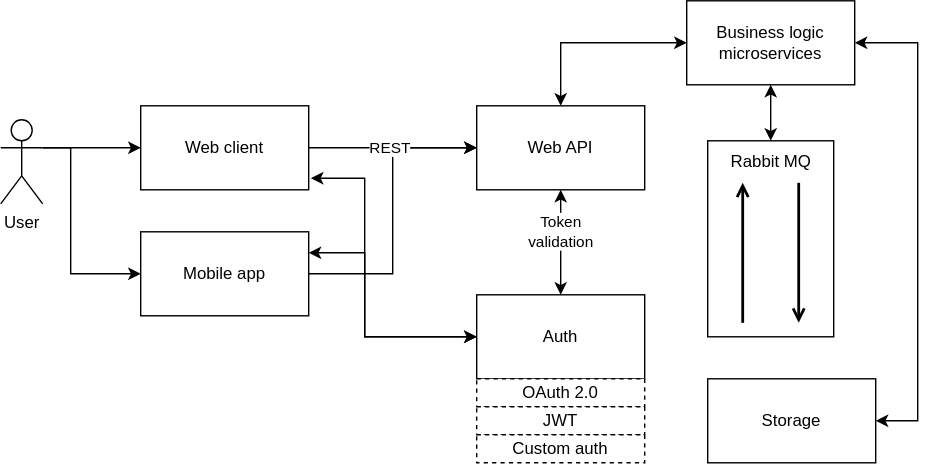
This is docs/design/diagrams/big-picture.svg from gurug-prog/survey-expert, a draw.io export, as it was before one commit. Source tidied: cells renumbered, new cells last; positions are measured from the earlier drawing's top-left corner, leaving out a move shared by most shapes.
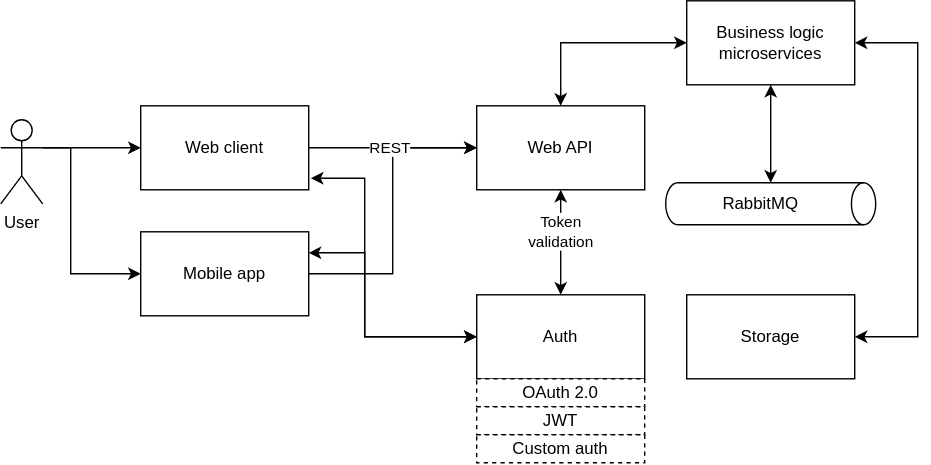
After the commit.

What changed in the source:
```diff
@@ -47,32 +47,11 @@
     <mxCell id="12" value="Web API" style="rounded=0;whiteSpace=wrap;html=1;" parent="1" vertex="1">
       <mxGeometry x="340" y="75" width="120" height="60" as="geometry" />
     </mxCell>
-    <mxCell id="13" style="group;" parent="1" vertex="1">
-      <mxGeometry x="505" y="100" width="90" height="140" as="geometry" />
-    </mxCell>
-    <mxCell id="14" style="rounded=0;whiteSpace=wrap;html=1;" parent="13" vertex="1">
-      <mxGeometry width="90" height="140" as="geometry" />
-    </mxCell>
-    <mxCell id="15" style="endArrow=open;html=1;rounded=0;endFill=0;strokeWidth=2;" parent="13" edge="1">
-      <mxGeometry relative="1" as="geometry">
-        <mxPoint x="25" y="130" as="sourcePoint" />
-        <mxPoint x="25" y="30" as="targetPoint" />
-      </mxGeometry>
-    </mxCell>
-    <mxCell id="16" style="endArrow=open;html=1;rounded=0;endFill=0;strokeWidth=2;" parent="13" edge="1">
-      <mxGeometry relative="1" as="geometry">
-        <mxPoint x="65" y="30" as="sourcePoint" />
-        <mxPoint x="65" y="130" as="targetPoint" />
-      </mxGeometry>
-    </mxCell>
-    <mxCell id="17" value="Rabbit MQ" style="text;html=1;align=center;verticalAlign=middle;points=[];strokeColor=none;fillColor=none;" parent="13" vertex="1">
-      <mxGeometry x="5" width="80" height="30" as="geometry" />
-    </mxCell>
     <mxCell id="18" style="edgeStyle=orthogonalEdgeStyle;rounded=0;jettySize=auto;html=1;exitX=1;exitY=0.5;exitDx=0;exitDy=0;entryX=1;entryY=0.5;entryDx=0;entryDy=0;startArrow=classic;startFill=1;" parent="1" edge="1" source="19" target="29">
       <mxGeometry relative="1" as="geometry">
         <Array as="points">
           <mxPoint x="655" y="30" />
-          <mxPoint x="655" y="300" />
+          <mxPoint x="655" y="240" />
         </Array>
       </mxGeometry>
     </mxCell>
@@ -112,10 +91,13 @@
       <mxGeometry x="0.22" relative="1" as="geometry" />
     </mxCell>
     <mxCell id="29" value="Storage" style="rounded=0;whiteSpace=wrap;html=1;" parent="1" vertex="1">
-      <mxGeometry x="505" y="270" width="120" height="60" as="geometry" />
+      <mxGeometry x="490" y="210" width="120" height="60" as="geometry" />
     </mxCell>
-    <mxCell id="30" style="edgeStyle=orthogonalEdgeStyle;rounded=0;jettySize=auto;html=1;startArrow=classic;startFill=1;" parent="1" edge="1" source="17" target="19">
+    <mxCell id="30" style="edgeStyle=orthogonalEdgeStyle;rounded=0;jettySize=auto;html=1;startArrow=classic;startFill=1;" parent="1" edge="1" source="31" target="19">
       <mxGeometry relative="1" as="geometry" />
     </mxCell>
+    <mxCell id="31" value="RabbitMQ" style="shape=cylinder3;whiteSpace=wrap;html=1;boundedLbl=1;backgroundOutline=1;size=8.666666666666686;strokeColor=#000000;direction=south;" parent="1" vertex="1">
+      <mxGeometry x="475" y="130" width="150" height="30" as="geometry" />
+    </mxCell>
   </root>
 </mxGraphModel>
```
